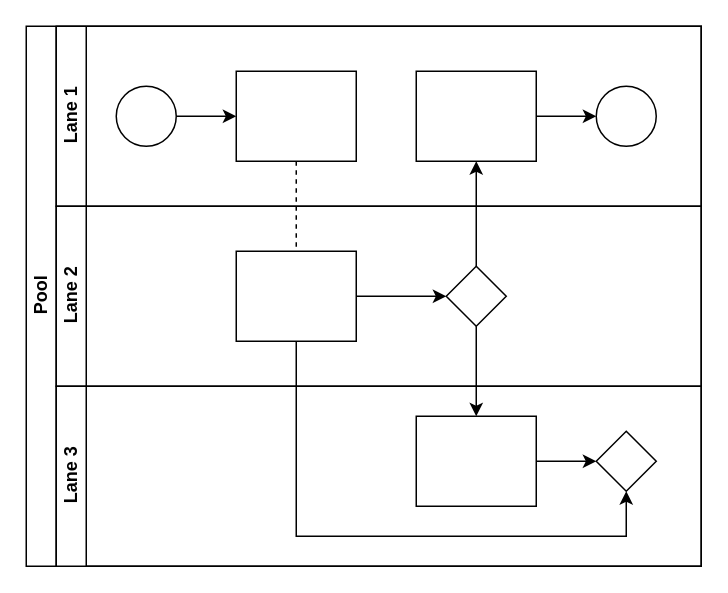
The draw.io diagram foodshop.drawio in ess77/kafka-foodshop, before the edit. Source tidied: cells renumbered, new cells numbered last; positions are measured from the earlier drawing's top-left corner, leaving out a move shared by most shapes. Both pictures are drawn from the tidied source at 150%, with x=0, y=0 at pixel (26, 26).
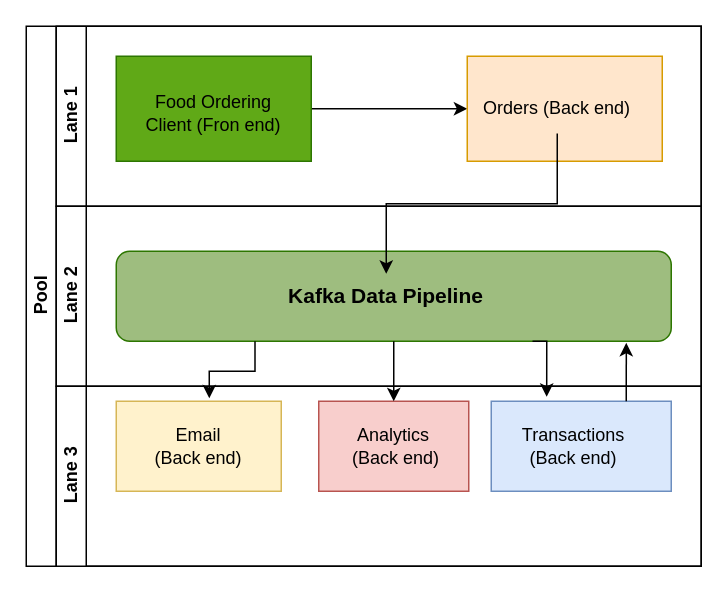
The same page after the edit.

Commit message (it also covers changes not shown here):
Mettre à jour foodshop.drawio

Unchanged cells that the change refers to:
```xml
<mxCell id="2" value="Pool" style="swimlane;html=1;horizontal=0;startSize=20;" parent="1" vertex="1">
  <mxGeometry width="450" height="360" as="geometry" />
</mxCell>
<mxCell id="7" value="Lane 1" style="swimlane;html=1;startSize=20;horizontal=0;" parent="2" vertex="1">
  <mxGeometry x="20" width="430" height="120" as="geometry" />
</mxCell>
<mxCell id="14" value="Lane 2" style="swimlane;html=1;startSize=20;horizontal=0;" parent="2" vertex="1">
  <mxGeometry x="20" y="120" width="430" height="120" as="geometry" />
</mxCell>
<mxCell id="18" value="Lane 3" style="swimlane;html=1;startSize=20;horizontal=0;" parent="2" vertex="1">
  <mxGeometry x="20" y="240" width="430" height="120" as="geometry" />
</mxCell>
```

Diff of the diagram source:
```diff
@@
-    <mxCell id="3" style="edgeStyle=orthogonalEdgeStyle;rounded=0;jettySize=auto;html=1;dashed=1;endArrow=none;endFill=0;" parent="2" edge="1" source="10" target="16">
-      <mxGeometry relative="1" as="geometry" />
-    </mxCell>
-    <mxCell id="4" style="edgeStyle=orthogonalEdgeStyle;rounded=0;jettySize=auto;html=1;endArrow=classic;endFill=1;" parent="2" edge="1" source="17" target="12">
-      <mxGeometry relative="1" as="geometry" />
-    </mxCell>
-    <mxCell id="5" style="edgeStyle=orthogonalEdgeStyle;rounded=0;jettySize=auto;html=1;endArrow=classic;endFill=1;" parent="2" edge="1" source="17" target="20">
-      <mxGeometry relative="1" as="geometry" />
-    </mxCell>
-    <mxCell id="6" style="edgeStyle=orthogonalEdgeStyle;rounded=0;jettySize=auto;html=1;endArrow=classic;endFill=1;" parent="2" edge="1" source="16" target="21">
-      <mxGeometry relative="1" as="geometry">
-        <Array as="points">
-          <mxPoint x="180" y="340" />
-          <mxPoint x="400" y="340" />
-        </Array>
-      </mxGeometry>
-    </mxCell>
@@
-    <mxCell id="8" style="edgeStyle=orthogonalEdgeStyle;rounded=0;jettySize=auto;html=1;" parent="7" edge="1" source="9" target="10">
-      <mxGeometry relative="1" as="geometry" />
-    </mxCell>
-    <mxCell id="9" style="ellipse;whiteSpace=wrap;html=1;" parent="7" vertex="1">
-      <mxGeometry x="40" y="40" width="40" height="40" as="geometry" />
-    </mxCell>
+    <mxCell id="22" style="edgeStyle=orthogonalEdgeStyle;rounded=0;jettySize=auto;html=1;exitX=1;exitY=0.5;exitDx=0;exitDy=0;" parent="7" edge="1" source="10" target="24">
+      <mxGeometry relative="1" as="geometry" />
+    </mxCell>
-    <mxCell id="10" style="rounded=0;whiteSpace=wrap;html=1;fontFamily=Helvetica;fontSize=12;fontColor=#000000;align=center;" parent="7" vertex="1">
-      <mxGeometry x="120" y="30" width="80" height="60" as="geometry" />
+    <mxCell id="10" style="rounded=0;whiteSpace=wrap;html=1;fontFamily=Helvetica;fontSize=12;align=center;fillColor=#60a917;strokeColor=#2D7600;fontColor=#ffffff;" parent="7" vertex="1">
+      <mxGeometry x="40" y="20" width="130" height="70" as="geometry" />
     </mxCell>
-    <mxCell id="11" style="edgeStyle=orthogonalEdgeStyle;rounded=0;jettySize=auto;html=1;endArrow=classic;endFill=1;" parent="7" edge="1" source="12" target="13">
-      <mxGeometry relative="1" as="geometry" />
-    </mxCell>
-    <mxCell id="12" style="rounded=0;whiteSpace=wrap;html=1;fontFamily=Helvetica;fontSize=12;fontColor=#000000;align=center;" parent="7" vertex="1">
-      <mxGeometry x="240" y="30" width="80" height="60" as="geometry" />
+    <mxCell id="12" style="rounded=0;whiteSpace=wrap;html=1;fontFamily=Helvetica;fontSize=12;align=center;fillColor=#ffe6cc;strokeColor=#d79b00;" parent="7" vertex="1">
+      <mxGeometry x="274" y="20" width="130" height="70" as="geometry" />
     </mxCell>
-    <mxCell id="13" style="ellipse;whiteSpace=wrap;html=1;" parent="7" vertex="1">
-      <mxGeometry x="360" y="40" width="40" height="40" as="geometry" />
-    </mxCell>
+    <mxCell id="23" value="Food Ordering Client (Fron end)" style="text;html=1;strokeColor=none;fillColor=none;align=center;verticalAlign=middle;whiteSpace=wrap;rounded=0;" parent="7" vertex="1">
+      <mxGeometry x="50" y="40" width="110" height="35" as="geometry" />
+    </mxCell>
+    <mxCell id="24" value="Orders (Back end)" style="text;html=1;strokeColor=none;fillColor=none;align=center;verticalAlign=middle;whiteSpace=wrap;rounded=0;" parent="7" vertex="1">
+      <mxGeometry x="274" y="38.5" width="120" height="33" as="geometry" />
+    </mxCell>
@@
-    <mxCell id="15" style="edgeStyle=orthogonalEdgeStyle;rounded=0;jettySize=auto;html=1;endArrow=classic;endFill=1;" parent="14" edge="1" source="16" target="17">
-      <mxGeometry relative="1" as="geometry" />
-    </mxCell>
-    <mxCell id="16" style="rounded=0;whiteSpace=wrap;html=1;fontFamily=Helvetica;fontSize=12;fontColor=#000000;align=center;" parent="14" vertex="1">
-      <mxGeometry x="120" y="30" width="80" height="60" as="geometry" />
-    </mxCell>
-    <mxCell id="17" style="rhombus;whiteSpace=wrap;html=1;fontFamily=Helvetica;fontSize=12;fontColor=#000000;align=center;" parent="14" vertex="1">
-      <mxGeometry x="260" y="40" width="40" height="40" as="geometry" />
-    </mxCell>
+    <mxCell id="25" style="rounded=1;whiteSpace=wrap;html=1;fillColor=#9ebd7f;fontColor=#ffffff;strokeColor=#2D7600;fillStyle=solid;" parent="14" vertex="1">
+      <mxGeometry x="40" y="30" width="370" height="60" as="geometry" />
+    </mxCell>
+    <mxCell id="26" value="&lt;font style=&quot;font-size: 14px;&quot;&gt;&lt;b&gt;Kafka Data Pipeline&lt;/b&gt;&lt;/font&gt;" style="text;html=1;strokeColor=none;fillColor=none;align=center;verticalAlign=middle;whiteSpace=wrap;rounded=0;" parent="14" vertex="1">
+      <mxGeometry x="140" y="45" width="160" height="30" as="geometry" />
+    </mxCell>
@@
-    <mxCell id="19" style="edgeStyle=orthogonalEdgeStyle;rounded=0;jettySize=auto;html=1;endArrow=classic;endFill=1;" parent="18" edge="1" source="20" target="21">
-      <mxGeometry relative="1" as="geometry" />
-    </mxCell>
-    <mxCell id="20" style="rounded=0;whiteSpace=wrap;html=1;fontFamily=Helvetica;fontSize=12;fontColor=#000000;align=center;" parent="18" vertex="1">
-      <mxGeometry x="240" y="20" width="80" height="60" as="geometry" />
-    </mxCell>
-    <mxCell id="21" style="rhombus;whiteSpace=wrap;html=1;fontFamily=Helvetica;fontSize=12;fontColor=#000000;align=center;" parent="18" vertex="1">
-      <mxGeometry x="360" y="30" width="40" height="40" as="geometry" />
-    </mxCell>
+    <mxCell id="27" style="rounded=0;whiteSpace=wrap;html=1;fillColor=#fff2cc;strokeColor=#d6b656;" parent="18" vertex="1">
+      <mxGeometry x="40" y="10" width="110" height="60" as="geometry" />
+    </mxCell>
+    <mxCell id="28" style="rounded=0;whiteSpace=wrap;html=1;fillColor=#f8cecc;strokeColor=#b85450;" parent="18" vertex="1">
+      <mxGeometry x="175" y="10" width="100" height="60" as="geometry" />
+    </mxCell>
+    <mxCell id="29" style="rounded=0;whiteSpace=wrap;html=1;fillColor=#dae8fc;strokeColor=#6c8ebf;" parent="18" vertex="1">
+      <mxGeometry x="290" y="10" width="120" height="60" as="geometry" />
+    </mxCell>
+    <mxCell id="30" value="Email &lt;br&gt;(Back end)" style="text;html=1;strokeColor=none;fillColor=none;align=center;verticalAlign=middle;whiteSpace=wrap;rounded=0;" parent="18" vertex="1">
+      <mxGeometry x="50" y="25" width="90" height="30" as="geometry" />
+    </mxCell>
+    <mxCell id="31" value="Analytics&lt;br&gt;&amp;nbsp;(Back end)" style="text;html=1;strokeColor=none;fillColor=none;align=center;verticalAlign=middle;whiteSpace=wrap;rounded=0;" parent="18" vertex="1">
+      <mxGeometry x="180" y="25" width="90" height="30" as="geometry" />
+    </mxCell>
+    <mxCell id="32" value="Transactions (Back end)" style="text;html=1;strokeColor=none;fillColor=none;align=center;verticalAlign=middle;whiteSpace=wrap;rounded=0;" parent="18" vertex="1">
+      <mxGeometry x="300" y="25" width="90" height="30" as="geometry" />
+    </mxCell>
+    <mxCell id="33" style="edgeStyle=orthogonalEdgeStyle;rounded=0;jettySize=auto;html=1;" parent="2" edge="1" source="24" target="26">
+      <mxGeometry relative="1" as="geometry" />
+    </mxCell>
+    <mxCell id="34" style="edgeStyle=orthogonalEdgeStyle;rounded=0;jettySize=auto;html=1;entryX=0.5;entryY=0;entryDx=0;entryDy=0;" parent="2" edge="1" source="25" target="28">
+      <mxGeometry relative="1" as="geometry" />
+    </mxCell>
+    <mxCell id="35" style="edgeStyle=orthogonalEdgeStyle;rounded=0;jettySize=auto;html=1;exitX=0.25;exitY=1;exitDx=0;exitDy=0;entryX=0.564;entryY=-0.033;entryDx=0;entryDy=0;entryPerimeter=0;" parent="2" edge="1" source="25" target="27">
+      <mxGeometry relative="1" as="geometry" />
+    </mxCell>
+    <mxCell id="36" style="edgeStyle=orthogonalEdgeStyle;rounded=0;jettySize=auto;html=1;exitX=0.75;exitY=0;exitDx=0;exitDy=0;entryX=0.919;entryY=1.017;entryDx=0;entryDy=0;entryPerimeter=0;" parent="2" edge="1" source="29" target="25">
+      <mxGeometry relative="1" as="geometry" />
+    </mxCell>
+    <mxCell id="37" style="edgeStyle=orthogonalEdgeStyle;rounded=0;jettySize=auto;html=1;exitX=0.75;exitY=1;exitDx=0;exitDy=0;entryX=0.308;entryY=-0.05;entryDx=0;entryDy=0;entryPerimeter=0;" parent="2" edge="1" source="25" target="29">
+      <mxGeometry relative="1" as="geometry" />
+    </mxCell>
```
